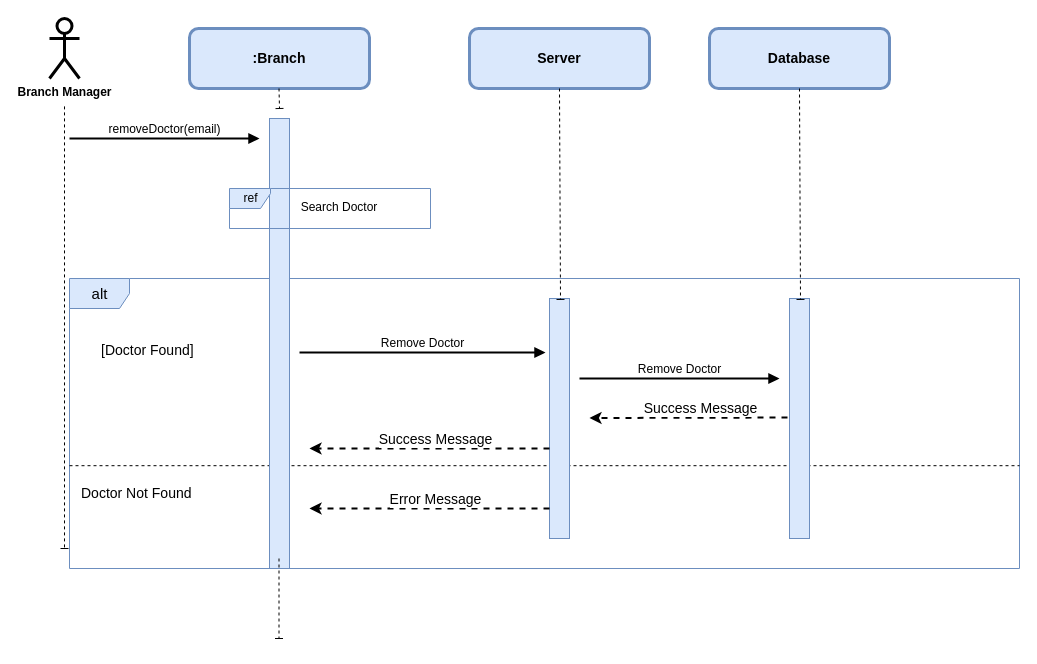
Before: UseCase_Diagram/Dagim/removeDoctor.dio in Nama21yo/SDS-EMR, a draw.io diagram. Source tidied: cells renumbered, new cells numbered last; positions are measured from the earlier drawing's top-left corner, leaving out a move shared by most shapes. Both pictures are drawn from the tidied source at 100%, with x=0, y=0 at pixel (49, 18).
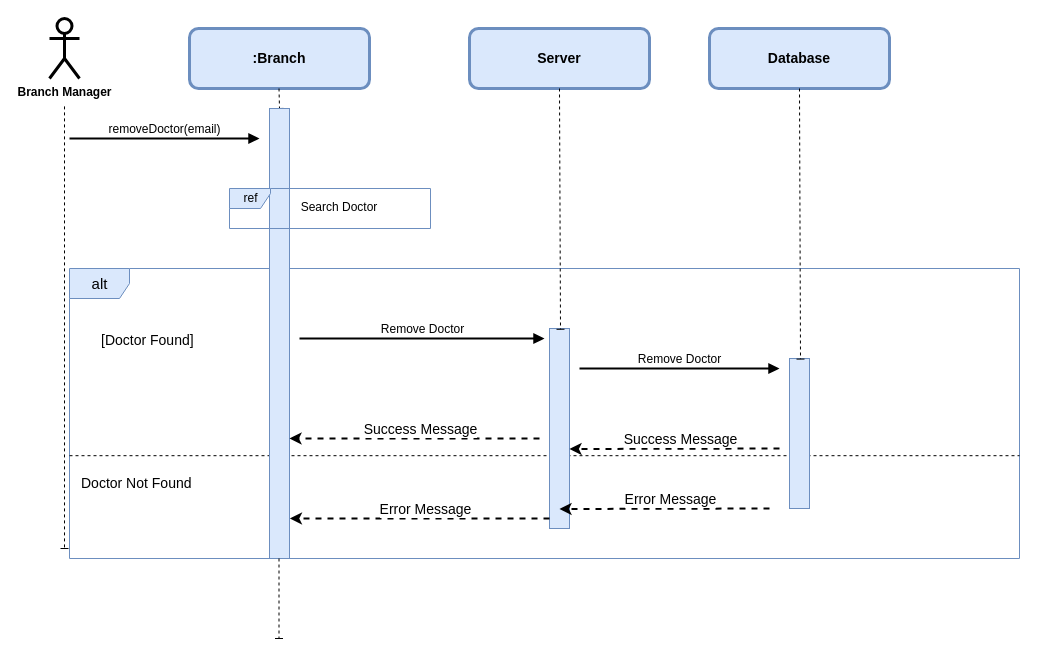
The same diagram, later.

The edit, as a diff of the source:
```diff
@@
-    <mxCell id="2" value="&lt;span style=&quot;font-size: 14px;&quot;&gt;&lt;b&gt;:Branch&lt;/b&gt;&lt;/span&gt;" style="rounded=1;whiteSpace=wrap;html=1;strokeWidth=3;fillColor=#dae8fc;strokeColor=#6c8ebf;" parent="1" vertex="1">
+    <mxCell id="2" value="&lt;span style=&quot;font-size: 14px;&quot;&gt;&lt;b&gt;&lt;font color=&quot;#000000&quot;&gt;:Branch&lt;/font&gt;&lt;/b&gt;&lt;/span&gt;" style="rounded=1;whiteSpace=wrap;html=1;strokeWidth=3;fillColor=#dae8fc;strokeColor=#6c8ebf;" parent="1" vertex="1">
       <mxGeometry x="140" y="10" width="180" height="60" as="geometry" />
     </mxCell>
@@
     <mxCell id="6" value="&lt;font style=&quot;font-size: 15px;&quot;&gt;alt&lt;/font&gt;" style="shape=umlFrame;tabWidth=110;tabHeight=30;tabPosition=left;html=1;boundedLbl=1;labelInHeader=1;width=60;height=30;fontSize=13;fillColor=#dae8fc;strokeColor=#6c8ebf;" parent="1" vertex="1">
-      <mxGeometry x="20" y="260" width="950" height="290" as="geometry" />
+      <mxGeometry x="20" y="250" width="950" height="290" as="geometry" />
     </mxCell>
@@
     <mxCell id="11" style="html=1;points=[];perimeter=orthogonalPerimeter;fontSize=12;fillColor=#dae8fc;strokeColor=#6c8ebf;" parent="6" vertex="1">
-      <mxGeometry x="480" y="20" width="20" height="240" as="geometry" />
+      <mxGeometry x="480" y="60" width="20" height="200" as="geometry" />
     </mxCell>
-    <mxCell id="12" value="&lt;span style=&quot;font-size: 12px;&quot;&gt;Remove Doctor&lt;/span&gt;" style="html=1;verticalAlign=bottom;endArrow=block;strokeWidth=2;entryX=-0.2;entryY=0.225;entryDx=0;entryDy=0;entryPerimeter=0;" parent="6" edge="1" target="11">
+    <mxCell id="12" value="&lt;span style=&quot;font-size: 12px;&quot;&gt;Remove Doctor&lt;/span&gt;" style="html=1;verticalAlign=bottom;endArrow=block;strokeWidth=2;" parent="6" edge="1">
       <mxGeometry relative="1" as="geometry">
-        <mxPoint x="230" y="74" as="sourcePoint" />
+        <mxPoint x="230" y="70" as="sourcePoint" />
+        <mxPoint x="475" y="70" as="targetPoint" />
       </mxGeometry>
     </mxCell>
-    <mxCell id="13" style="endArrow=classic;html=1;strokeWidth=2;fontSize=13;dashed=1;" parent="6" edge="1" source="11">
+    <mxCell id="13" style="endArrow=classic;html=1;strokeWidth=2;fontSize=13;dashed=1;entryX=0.232;entryY=0.862;entryDx=0;entryDy=0;entryPerimeter=0;" parent="6" edge="1" source="11" target="6">
       <mxGeometry relative="1" as="geometry">
-        <mxPoint x="240" y="230" as="targetPoint" />
+        <Array as="points">
+          <mxPoint x="290" y="250" />
+        </Array>
       </mxGeometry>
     </mxCell>
@@
     <mxCell id="16" style="endArrow=classic;html=1;strokeWidth=2;fontSize=13;dashed=1;" parent="6" edge="1">
       <mxGeometry relative="1" as="geometry">
-        <mxPoint x="730" y="139" as="sourcePoint" />
-        <mxPoint x="520" y="139.5" as="targetPoint" />
+        <mxPoint x="710" y="180" as="sourcePoint" />
+        <mxPoint x="500" y="180.5" as="targetPoint" />
       </mxGeometry>
     </mxCell>
@@
-    <mxCell id="18" style="endArrow=classic;html=1;strokeWidth=2;fontSize=13;dashed=1;" parent="6" edge="1" source="11">
+    <mxCell id="18" style="endArrow=classic;html=1;strokeWidth=2;fontSize=13;dashed=1;" parent="6" edge="1">
       <mxGeometry relative="1" as="geometry">
-        <mxPoint x="240" y="170" as="targetPoint" />
+        <mxPoint x="470" y="170" as="sourcePoint" />
+        <mxPoint x="220" y="170" as="targetPoint" />
       </mxGeometry>
     </mxCell>
@@
+    <mxCell id="29" style="endArrow=classic;html=1;strokeWidth=2;fontSize=13;dashed=1;" parent="6" edge="1">
+      <mxGeometry relative="1" as="geometry">
+        <mxPoint x="700" y="240" as="sourcePoint" />
+        <mxPoint x="490" y="240.5" as="targetPoint" />
+      </mxGeometry>
+    </mxCell>
+    <mxCell id="30" value="&lt;font style=&quot;font-size: 14px;&quot;&gt;Error Message&lt;/font&gt;" style="edgeLabel;html=1;align=center;verticalAlign=middle;strokeWidth=3;fontSize=13;rounded=1;" parent="29" vertex="1">
+      <mxGeometry relative="1" as="geometry">
+        <mxPoint x="5" y="-10" as="offset" />
+      </mxGeometry>
+    </mxCell>
@@
-    <mxCell id="24" value="&lt;span style=&quot;font-size: 14px;&quot;&gt;&lt;b&gt;Server&lt;/b&gt;&lt;/span&gt;" style="rounded=1;whiteSpace=wrap;html=1;strokeWidth=3;fillColor=#dae8fc;strokeColor=#6c8ebf;" parent="1" vertex="1">
+    <mxCell id="24" value="&lt;span style=&quot;font-size: 14px;&quot;&gt;&lt;b&gt;&lt;font color=&quot;#000000&quot;&gt;Server&lt;/font&gt;&lt;/b&gt;&lt;/span&gt;" style="rounded=1;whiteSpace=wrap;html=1;strokeWidth=3;fillColor=#dae8fc;strokeColor=#6c8ebf;" parent="1" vertex="1">
       <mxGeometry x="420" y="10" width="180" height="60" as="geometry" />
     </mxCell>
@@
     <mxCell id="26" style="html=1;points=[];perimeter=orthogonalPerimeter;fontSize=12;fillColor=#dae8fc;strokeColor=#6c8ebf;" parent="1" vertex="1">
-      <mxGeometry x="740" y="280" width="20" height="240" as="geometry" />
+      <mxGeometry x="740" y="340" width="20" height="150" as="geometry" />
     </mxCell>
-    <mxCell id="27" value="&lt;span style=&quot;font-size: 14px;&quot;&gt;&lt;b&gt;Database&lt;/b&gt;&lt;/span&gt;" style="rounded=1;whiteSpace=wrap;html=1;strokeWidth=3;fillColor=#dae8fc;strokeColor=#6c8ebf;" parent="1" vertex="1">
+    <mxCell id="27" value="&lt;span style=&quot;font-size: 14px;&quot;&gt;&lt;b&gt;&lt;font color=&quot;#000000&quot;&gt;Database&lt;/font&gt;&lt;/b&gt;&lt;/span&gt;" style="rounded=1;whiteSpace=wrap;html=1;strokeWidth=3;fillColor=#dae8fc;strokeColor=#6c8ebf;" parent="1" vertex="1">
       <mxGeometry x="660" y="10" width="180" height="60" as="geometry" />
     </mxCell>
```
